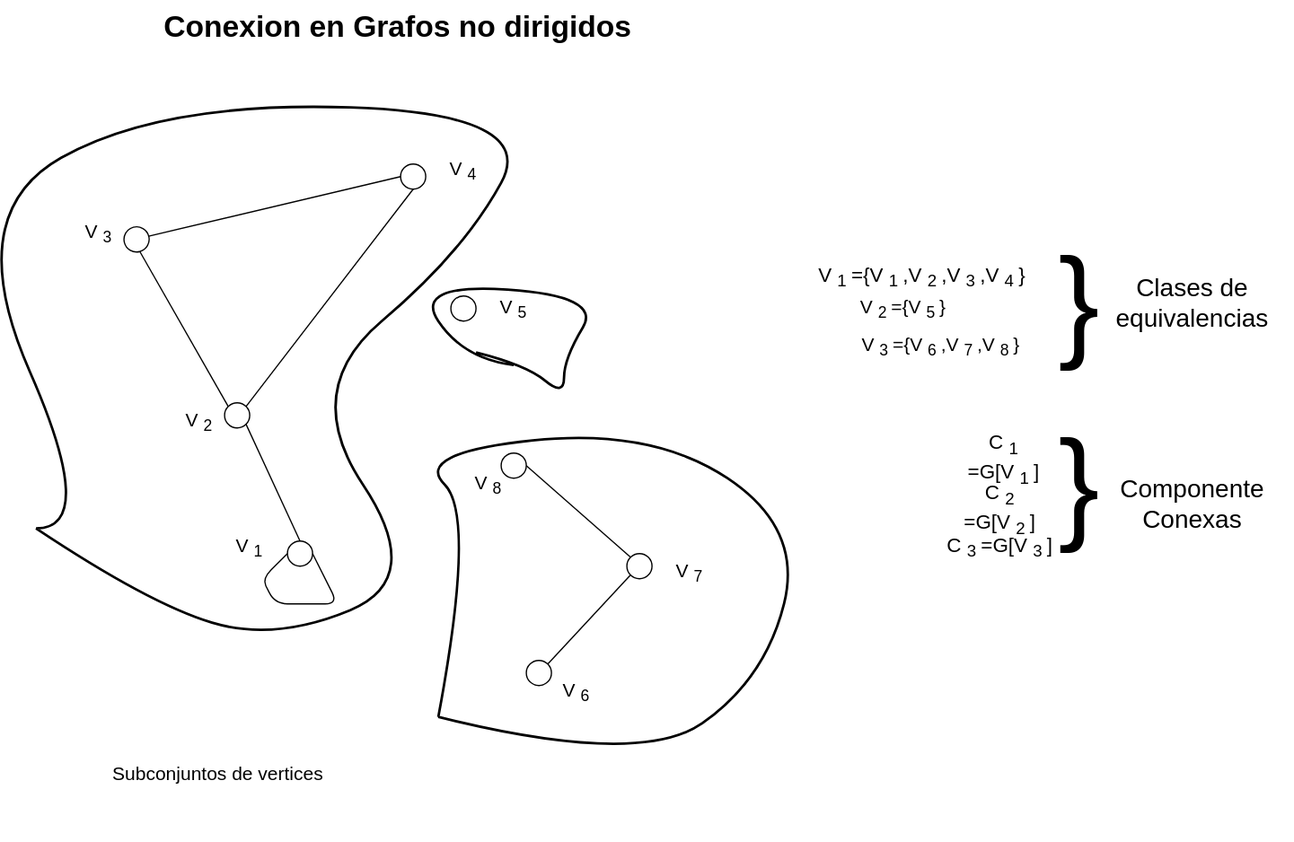
This is Estructura-de-datos/Grafos/Conexion-grafo-nodir.drawio.svg from Nordcode-cyber/Algoritmos-Estructdatos, a draw.io export, as it was before one commit. Source tidied: cells renumbered, new cells last; positions are measured from the earlier drawing's top-left corner, leaving out a move shared by most shapes.
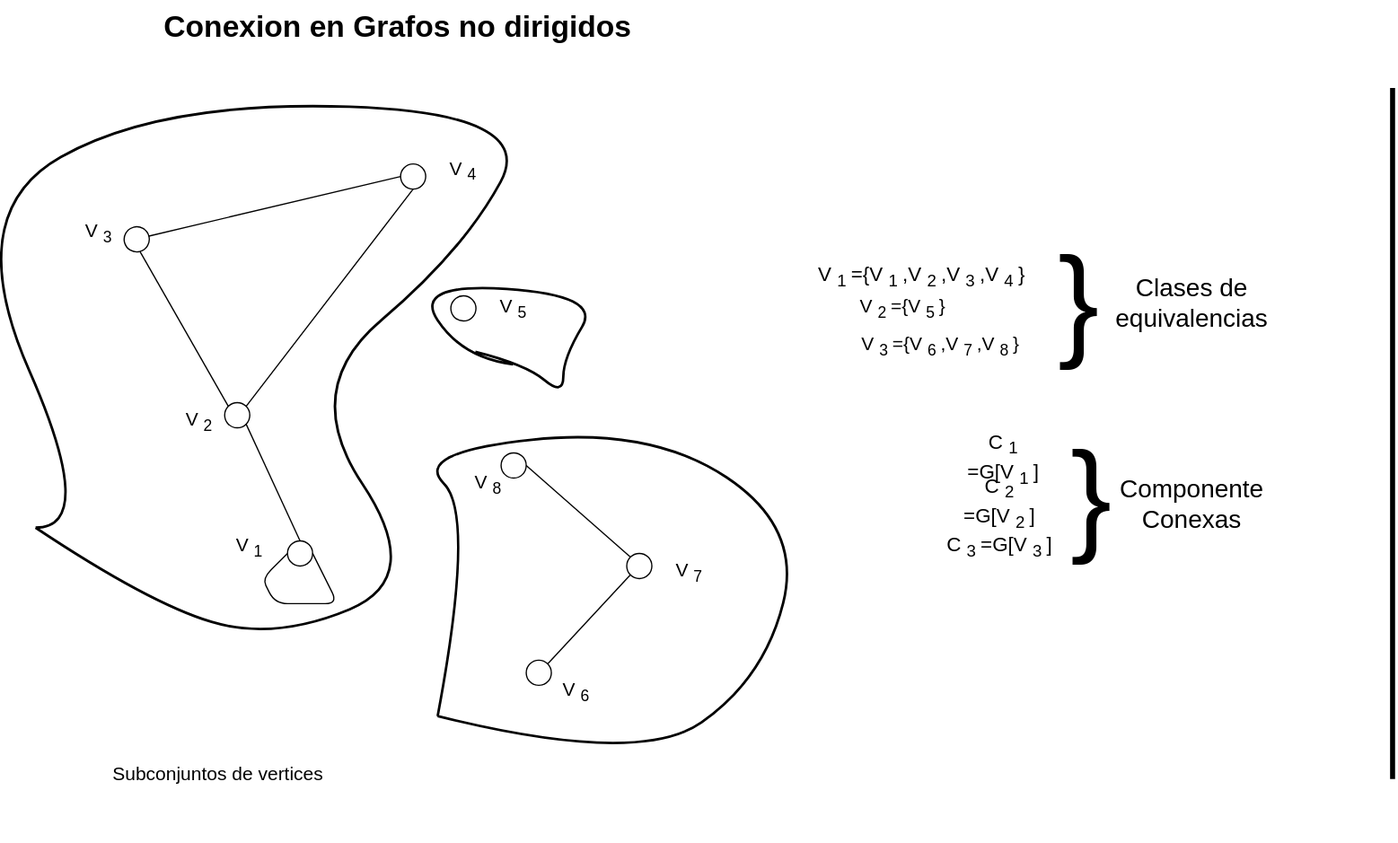
The same diagram one commit later.

Change to the diagram source:
```diff
@@ -147,10 +147,10 @@
       <mxGeometry x="800" y="350" width="60" height="30" as="geometry" />
     </mxCell>
     <mxCell id="36" value="&lt;font style=&quot;font-size: 98px; color: light-dark(rgb(0, 0, 0), rgb(255, 255, 255));&quot;&gt;}&lt;/font&gt;" style="text;html=1;align=center;verticalAlign=middle;whiteSpace=wrap;rounded=0;" parent="1" vertex="1">
-      <mxGeometry x="860" y="370" width="60" height="30" as="geometry" />
+      <mxGeometry x="870" y="380" width="60" height="30" as="geometry" />
     </mxCell>
     <mxCell id="37" value="&lt;font style=&quot;font-size: 16px; color: light-dark(rgb(0, 0, 0), rgb(204, 0, 0));&quot;&gt;C&lt;sub style=&quot;&quot;&gt;2&lt;/sub&gt;=G[V&lt;sub style=&quot;&quot;&gt;2&lt;/sub&gt;]&lt;/font&gt;" style="text;html=1;align=center;verticalAlign=middle;whiteSpace=wrap;rounded=0;" parent="1" vertex="1">
-      <mxGeometry x="797" y="390" width="60" height="30" as="geometry" />
+      <mxGeometry x="797" y="385" width="60" height="30" as="geometry" />
     </mxCell>
     <mxCell id="38" value="&lt;font style=&quot;font-size: 16px; color: light-dark(rgb(0, 0, 0), rgb(0, 255, 0));&quot;&gt;C&lt;sub&gt;3&lt;/sub&gt;=G[V&lt;sub&gt;3&lt;/sub&gt;]&lt;/font&gt;" style="text;html=1;align=center;verticalAlign=middle;whiteSpace=wrap;rounded=0;" parent="1" vertex="1">
       <mxGeometry x="777" y="415" width="100" height="40" as="geometry" />
@@ -170,5 +170,11 @@
     <mxCell id="43" value="&lt;font style=&quot;font-size: 20px;&quot;&gt;Componente Conexas&lt;/font&gt;" style="text;html=1;align=center;verticalAlign=middle;whiteSpace=wrap;rounded=0;" parent="1" vertex="1">
       <mxGeometry x="900" y="320" width="160" height="160" as="geometry" />
     </mxCell>
+    <mxCell id="44" style="endArrow=none;html=1;strokeWidth=4;" parent="1" edge="1">
+      <mxGeometry relative="1" as="geometry">
+        <mxPoint x="1140" y="620" as="sourcePoint" />
+        <mxPoint x="1140" y="70" as="targetPoint" />
+      </mxGeometry>
+    </mxCell>
   </root>
 </mxGraphModel>
```
